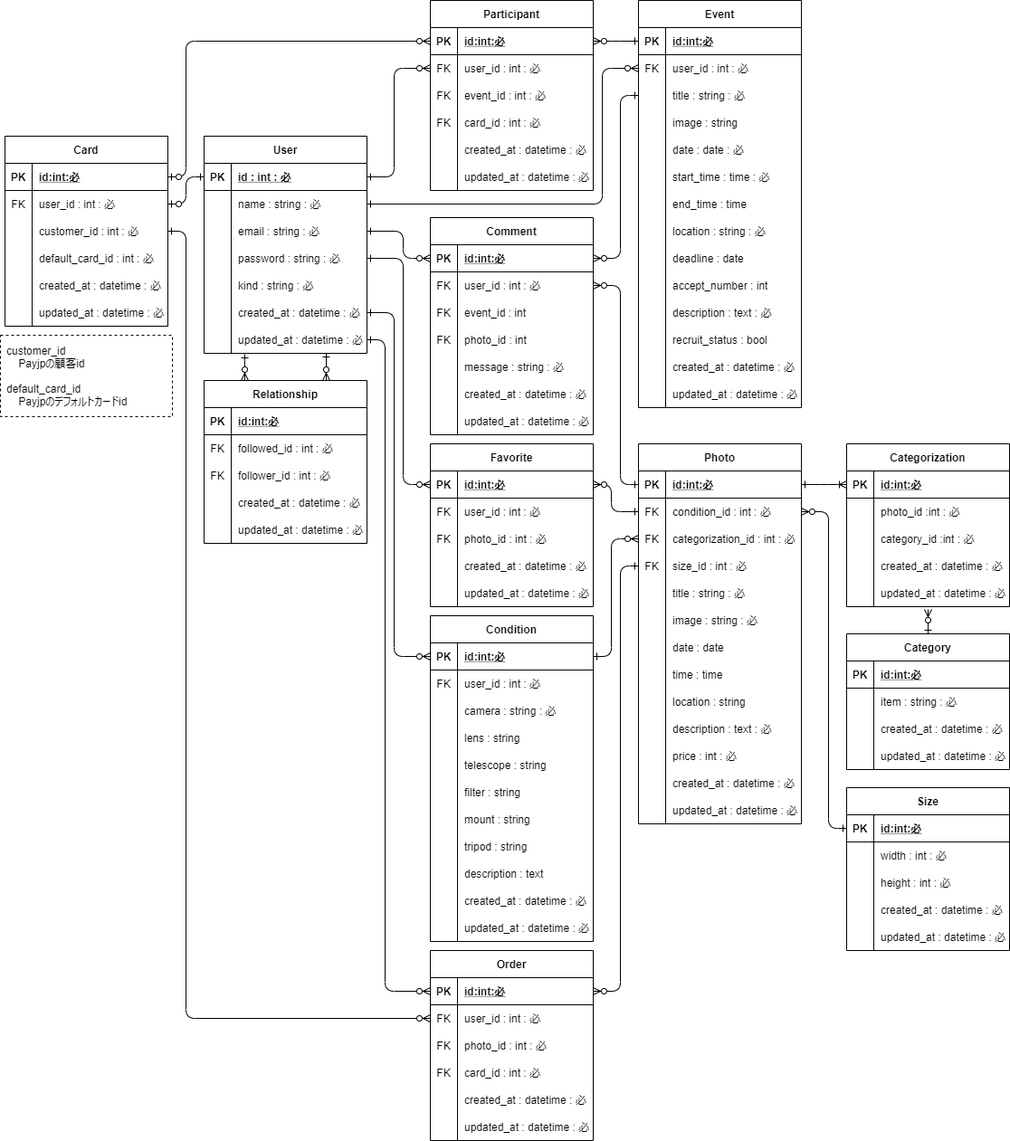
UtaSuzuki/astrogram keeps this draw.io diagram as outline/ERchart.png. Above is the earlier version. Source tidied: cells renumbered, new cells last; positions are measured from the earlier drawing's top-left corner, leaving out a move shared by most shapes.
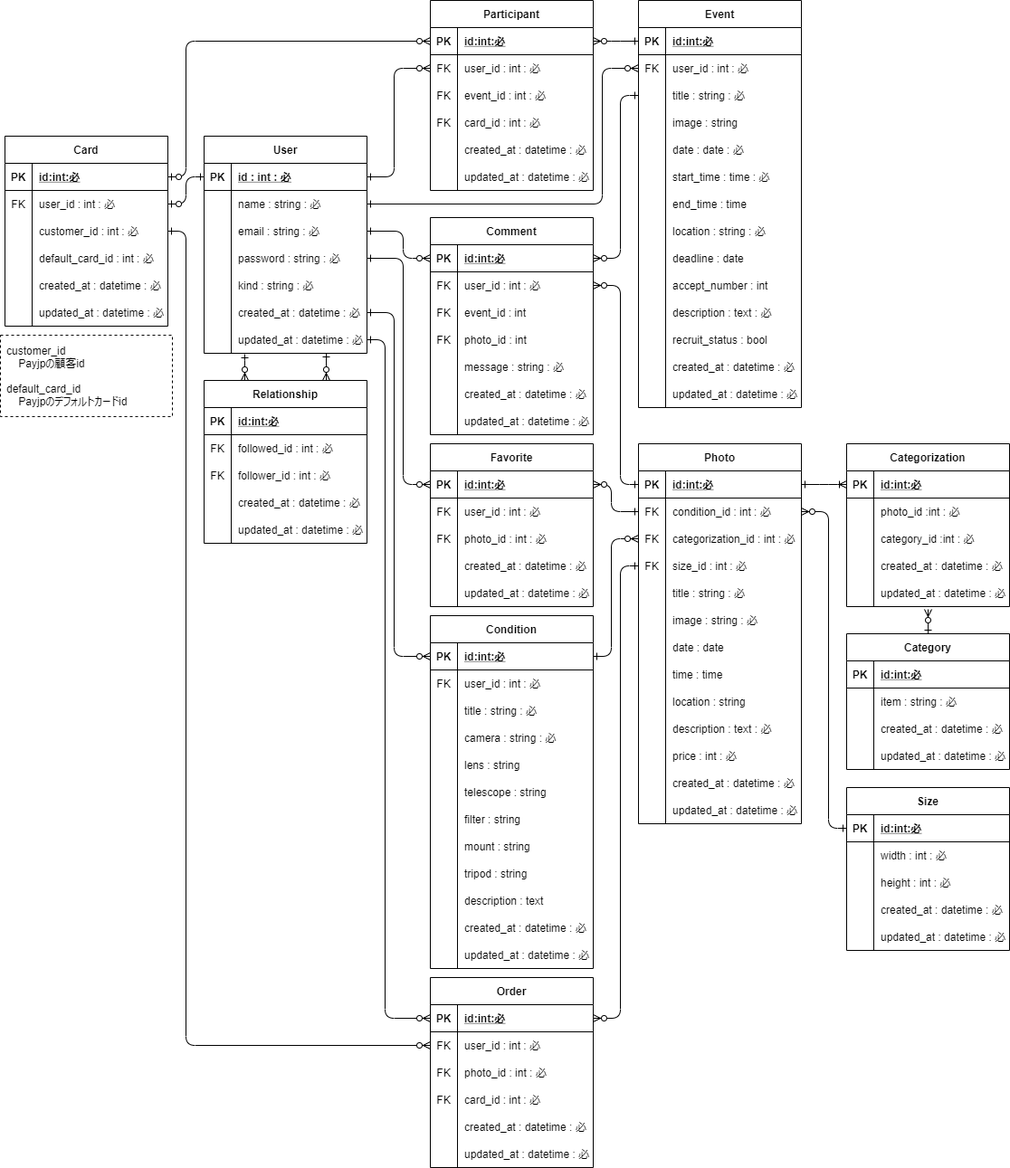
The same file after the commit.

The edit, as a diff of the source:
```diff
@@ -69,7 +69,7 @@
       <mxGeometry x="30" width="150" height="30" as="geometry" />
     </mxCell>
     <mxCell id="24" value="Condition" style="shape=table;startSize=30;rowLines=0;fontStyle=1;align=center;" parent="1" vertex="1">
-      <mxGeometry x="475" y="680" width="180" height="360" as="geometry" />
+      <mxGeometry x="475" y="680" width="180" height="390" as="geometry" />
     </mxCell>
     <mxCell id="25" style="shape=partialRectangle;fillColor=none;top=0;left=0;bottom=1;right=0;points=[[0,0.5],[1,0.5]];portConstraint=eastwest;" parent="24" vertex="1">
       <mxGeometry y="30" width="180" height="30" as="geometry" />
@@ -89,8 +89,17 @@
     <mxCell id="30" value="user_id : int : 必" style="shape=partialRectangle;fillColor=none;top=0;left=0;bottom=0;right=0;align=left;spacingLeft=6;overflow=hidden;" parent="28" vertex="1">
       <mxGeometry x="30" width="150" height="30" as="geometry" />
     </mxCell>
+    <mxCell id="318" style="shape=partialRectangle;fillColor=none;top=0;left=0;bottom=0;right=0;" parent="24" vertex="1">
+      <mxGeometry y="90" width="180" height="30" as="geometry" />
+    </mxCell>
+    <mxCell id="319" style="shape=partialRectangle;fillColor=none;top=0;left=0;bottom=0;right=0;overflow=hidden;" parent="318" vertex="1">
+      <mxGeometry width="30" height="30" as="geometry" />
+    </mxCell>
+    <mxCell id="320" value="title : string : 必" style="shape=partialRectangle;fillColor=none;top=0;left=0;bottom=0;right=0;align=left;spacingLeft=6;overflow=hidden;" parent="318" vertex="1">
+      <mxGeometry x="30" width="150" height="30" as="geometry" />
+    </mxCell>
     <mxCell id="31" style="shape=partialRectangle;fillColor=none;top=0;left=0;bottom=0;right=0;" parent="24" vertex="1">
-      <mxGeometry y="90" width="180" height="30" as="geometry" />
+      <mxGeometry y="120" width="180" height="30" as="geometry" />
     </mxCell>
     <mxCell id="32" style="shape=partialRectangle;fillColor=none;top=0;left=0;bottom=0;right=0;overflow=hidden;" parent="31" vertex="1">
       <mxGeometry width="30" height="30" as="geometry" />
@@ -99,7 +108,7 @@
       <mxGeometry x="30" width="150" height="30" as="geometry" />
     </mxCell>
     <mxCell id="34" style="shape=partialRectangle;fillColor=none;top=0;left=0;bottom=0;right=0;" parent="24" vertex="1">
-      <mxGeometry y="120" width="180" height="30" as="geometry" />
+      <mxGeometry y="150" width="180" height="30" as="geometry" />
     </mxCell>
     <mxCell id="35" style="shape=partialRectangle;fillColor=none;top=0;left=0;bottom=0;right=0;overflow=hidden;" parent="34" vertex="1">
       <mxGeometry width="30" height="30" as="geometry" />
@@ -108,7 +117,7 @@
       <mxGeometry x="30" width="150" height="30" as="geometry" />
     </mxCell>
     <mxCell id="37" style="shape=partialRectangle;fillColor=none;top=0;left=0;bottom=0;right=0;" parent="24" vertex="1">
-      <mxGeometry y="150" width="180" height="30" as="geometry" />
+      <mxGeometry y="180" width="180" height="30" as="geometry" />
     </mxCell>
     <mxCell id="38" style="shape=partialRectangle;fillColor=none;top=0;left=0;bottom=0;right=0;overflow=hidden;" parent="37" vertex="1">
       <mxGeometry width="30" height="30" as="geometry" />
@@ -117,7 +126,7 @@
       <mxGeometry x="30" width="150" height="30" as="geometry" />
     </mxCell>
     <mxCell id="40" style="shape=partialRectangle;fillColor=none;top=0;left=0;bottom=0;right=0;" parent="24" vertex="1">
-      <mxGeometry y="180" width="180" height="30" as="geometry" />
+      <mxGeometry y="210" width="180" height="30" as="geometry" />
     </mxCell>
     <mxCell id="41" style="shape=partialRectangle;fillColor=none;top=0;left=0;bottom=0;right=0;overflow=hidden;" parent="40" vertex="1">
       <mxGeometry width="30" height="30" as="geometry" />
@@ -126,7 +135,7 @@
       <mxGeometry x="30" width="150" height="30" as="geometry" />
     </mxCell>
     <mxCell id="43" style="shape=partialRectangle;fillColor=none;top=0;left=0;bottom=0;right=0;" parent="24" vertex="1">
-      <mxGeometry y="210" width="180" height="30" as="geometry" />
+      <mxGeometry y="240" width="180" height="30" as="geometry" />
     </mxCell>
     <mxCell id="44" style="shape=partialRectangle;fillColor=none;top=0;left=0;bottom=0;right=0;overflow=hidden;" parent="43" vertex="1">
       <mxGeometry width="30" height="30" as="geometry" />
@@ -135,7 +144,7 @@
       <mxGeometry x="30" width="150" height="30" as="geometry" />
     </mxCell>
     <mxCell id="46" style="shape=partialRectangle;fillColor=none;top=0;left=0;bottom=0;right=0;" parent="24" vertex="1">
-      <mxGeometry y="240" width="180" height="30" as="geometry" />
+      <mxGeometry y="270" width="180" height="30" as="geometry" />
     </mxCell>
     <mxCell id="47" style="shape=partialRectangle;fillColor=none;top=0;left=0;bottom=0;right=0;overflow=hidden;" parent="46" vertex="1">
       <mxGeometry width="30" height="30" as="geometry" />
@@ -144,7 +153,7 @@
       <mxGeometry x="30" width="150" height="30" as="geometry" />
     </mxCell>
     <mxCell id="49" style="shape=partialRectangle;fillColor=none;top=0;left=0;bottom=0;right=0;" parent="24" vertex="1">
-      <mxGeometry y="270" width="180" height="30" as="geometry" />
+      <mxGeometry y="300" width="180" height="30" as="geometry" />
     </mxCell>
     <mxCell id="50" style="shape=partialRectangle;fillColor=none;top=0;left=0;bottom=0;right=0;overflow=hidden;" parent="49" vertex="1">
       <mxGeometry width="30" height="30" as="geometry" />
@@ -153,7 +162,7 @@
       <mxGeometry x="30" width="150" height="30" as="geometry" />
     </mxCell>
     <mxCell id="52" style="shape=partialRectangle;fillColor=none;top=0;left=0;bottom=0;right=0;" parent="24" vertex="1">
-      <mxGeometry y="300" width="180" height="30" as="geometry" />
+      <mxGeometry y="330" width="180" height="30" as="geometry" />
     </mxCell>
     <mxCell id="53" style="shape=partialRectangle;fillColor=none;top=0;left=0;bottom=0;right=0;overflow=hidden;" parent="52" vertex="1">
       <mxGeometry width="30" height="30" as="geometry" />
@@ -162,7 +171,7 @@
       <mxGeometry x="30" width="150" height="30" as="geometry" />
     </mxCell>
     <mxCell id="55" style="shape=partialRectangle;fillColor=none;top=0;left=0;bottom=0;right=0;" parent="24" vertex="1">
-      <mxGeometry y="330" width="180" height="30" as="geometry" />
+      <mxGeometry y="360" width="180" height="30" as="geometry" />
     </mxCell>
     <mxCell id="56" style="shape=partialRectangle;fillColor=none;top=0;left=0;bottom=0;right=0;overflow=hidden;" parent="55" vertex="1">
       <mxGeometry width="30" height="30" as="geometry" />
@@ -604,7 +613,7 @@
       </mxGeometry>
     </mxCell>
     <mxCell id="186" value="Order" style="shape=table;startSize=30;rowLines=0;fontStyle=1;align=center;" parent="1" vertex="1">
-      <mxGeometry x="475" y="1050" width="180" height="210" as="geometry" />
+      <mxGeometry x="475" y="1080" width="180" height="210" as="geometry" />
     </mxCell>
     <mxCell id="187" style="shape=partialRectangle;fillColor=none;top=0;left=0;bottom=1;right=0;points=[[0,0.5],[1,0.5]];portConstraint=eastwest;" parent="186" vertex="1">
       <mxGeometry y="30" width="180" height="30" as="geometry" />
```
